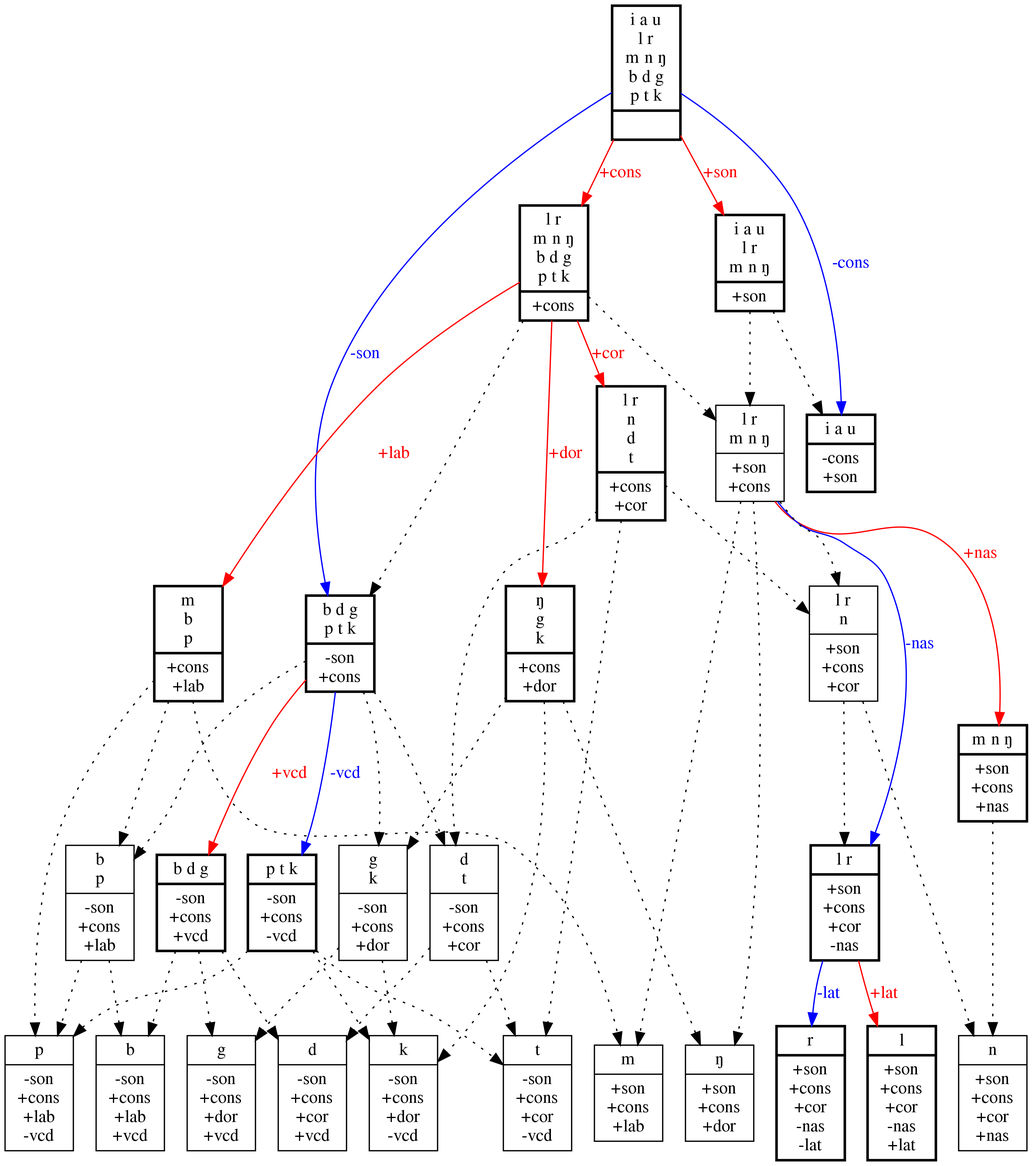
Above: squib/diagrams/biggun.png in rdaland/Pheatures (Graphviz), before the change. Its source is kept beside it as squib/diagrams/biggun.gv.
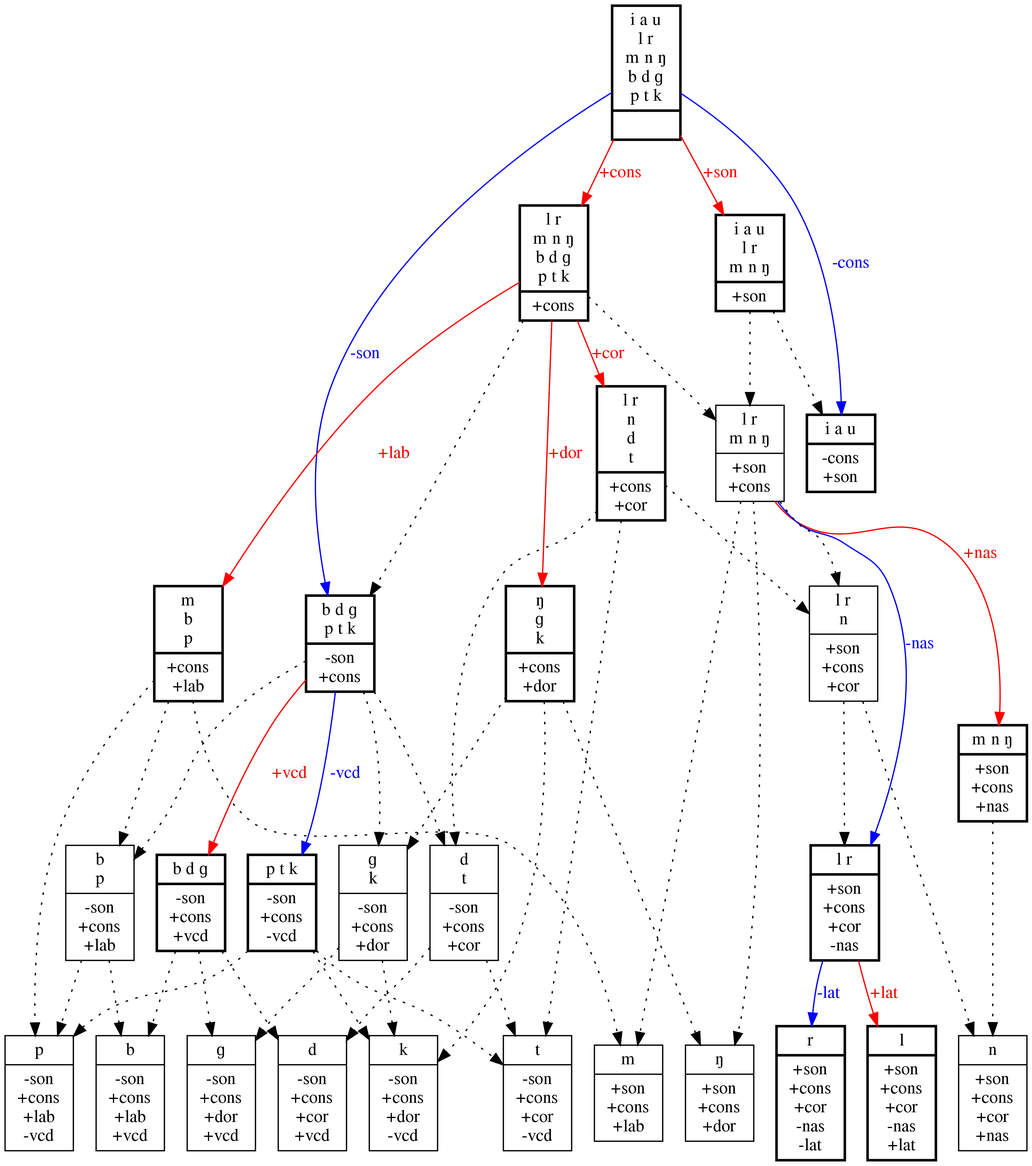
After the commit.

Diff of the diagram source:
```diff
@@ -1,16 +1,16 @@
 digraph {
 	graph [ dpi = 300 ];
-	SIGMA [label="{<segs> i a u\nl r\nm n ŋ\nb d g\np t k|<feats> }",shape=record,style=bold]
-	CONS [label="{<segs> l r\nm n ŋ\nb d g\np t k|<feats> +cons}",shape=record,style=bold]
+	SIGMA [label="{<segs> i a u\nl r\nm n ŋ\nb d ɡ\np t k|<feats> }",shape=record,style=bold]
+	CONS [label="{<segs> l r\nm n ŋ\nb d ɡ\np t k|<feats> +cons}",shape=record,style=bold]
 	SON [label="{<segs> i a u\nl r\nm n ŋ|<feats> +son}",shape=record,style=bold]
-	OBSTR [label="{<segs> b d g\np t k|<feats> -son\n+cons}",shape=record,style=bold]
+	OBSTR [label="{<segs> b d ɡ\np t k|<feats> -son\n+cons}",shape=record,style=bold]
 	VOWL [label="{<segs> i a u|<feats> -cons\n+son}",shape=record,style=bold]
 	NAS [label="{<segs> m n ŋ|<feats> +son\n+cons\n+nas}",shape=record,style=bold]
 	VCLS [label="{<segs> p t k|<feats> -son\n+cons\n-vcd}",shape=record,style=bold]
-	VCD [label="{<segs> b d g|<feats> -son\n+cons\n+vcd}",shape=record,style=bold]
+	VCD [label="{<segs> b d ɡ|<feats> -son\n+cons\n+vcd}",shape=record,style=bold]
 	LAB [label="{<segs> m\nb\np|<feats> +cons\n+lab}",shape=record,style=bold]
 	COR [label="{<segs> l r\nn\nd\nt|<feats> +cons\n+cor}",shape=record,style=bold]
-	DOR [label="{<segs> ŋ\ng\nk|<feats> +cons\n+dor}",shape=record,style=bold]
+	DOR [label="{<segs> ŋ\nɡ\nk|<feats> +cons\n+dor}",shape=record,style=bold]
 	LIQD [label="{<segs> l r|<feats> +son\n+cons\n+cor\n-nas}",shape=record,style=bold]
 	L [label="{<segs> l|<feats> +son\n+cons\n+cor\n-nas\n+lat}",shape=record,style=bold]
 	R [label="{<segs> r|<feats> +son\n+cons\n+cor\n-nas\n-lat}",shape=record,style=bold]
@@ -43,7 +43,7 @@
 	COROBSTR [label="{<segs> d\nt|<feats> -son\n+cons\n+cor}",shape=record]
 	COR -> COROBSTR [style="dotted"]
 	OBSTR -> COROBSTR [style="dotted"]
-	DOROBSTR [label="{<segs> g\nk|<feats> -son\n+cons\n+dor}",shape=record]
+	DOROBSTR [label="{<segs> ɡ\nk|<feats> -son\n+cons\n+dor}",shape=record]
 	DOR -> DOROBSTR [style="dotted"]
 	OBSTR -> DOROBSTR [style="dotted"]
 	M [label="{<segs> m|<feats> +son\n+cons\n+lab}",shape=record]
@@ -80,7 +80,7 @@
 	D [label="{<segs> d|<feats> -son\n+cons\n+cor\n+vcd}",shape=record]
 	VCD -> D [style="dotted"]
 	COROBSTR -> D [style="dotted"]
-	G [label="{<segs> g|<feats> -son\n+cons\n+dor\n+vcd}",shape=record]
+	G [label="{<segs> ɡ|<feats> -son\n+cons\n+dor\n+vcd}",shape=record]
 	VCD -> G [style="dotted"]
 	DOROBSTR -> G [style="dotted"]
 
```
